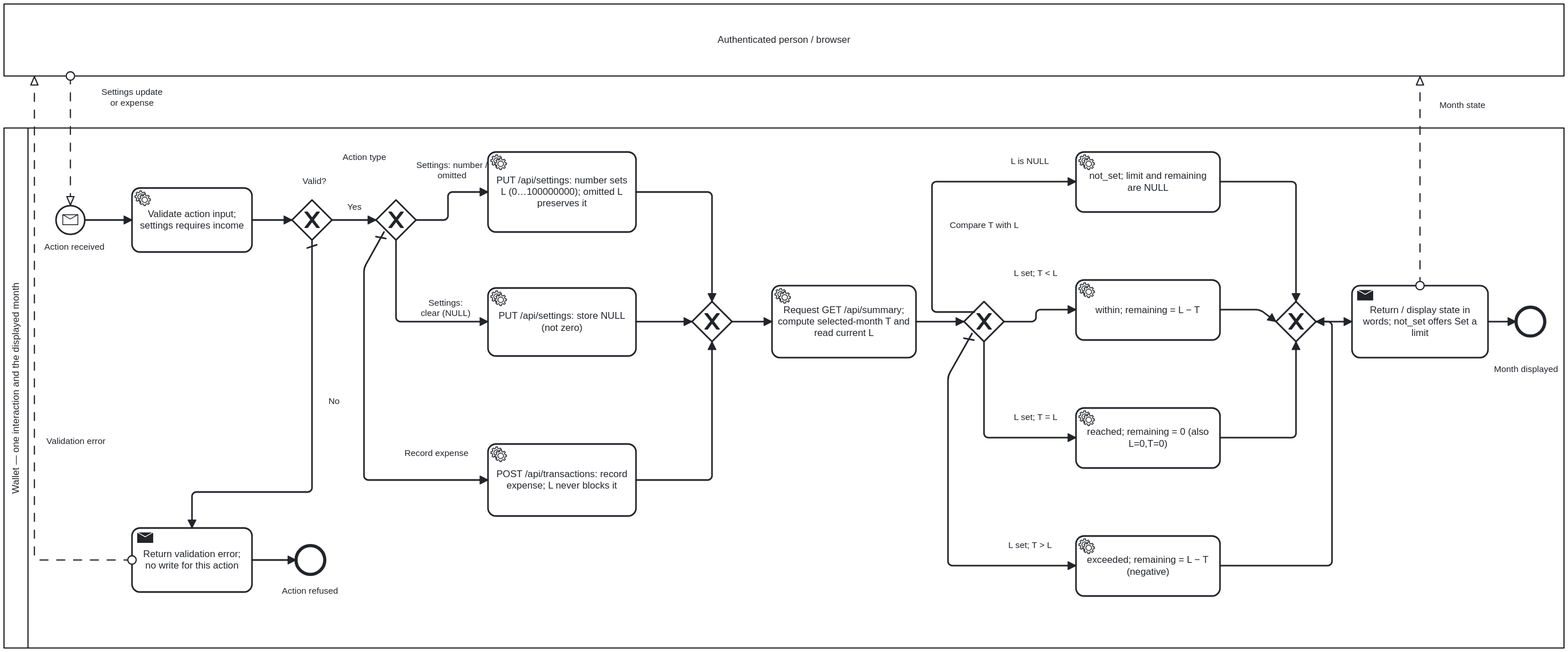
This is docs/analysis/monthly-limit-process.svg from DaniilBehus/wallet-tracker, a BPMN export, as it was before one commit. Its source is kept beside it as docs/analysis/monthly-limit-process.bpmn. Ids are renumbered. Source of this version:
```xml
<bpmn:definitions xmlns:bpmn="http://www.omg.org/spec/BPMN/20100524/MODEL" xmlns:bpmndi="http://www.omg.org/spec/BPMN/20100524/DI" xmlns:dc="http://www.omg.org/spec/DD/20100524/DC" xmlns:di="http://www.omg.org/spec/DD/20100524/DI" xmlns:xsi="http://www.w3.org/2001/XMLSchema-instance" id="Definitions_Limit" targetNamespace="https://github.com/DaniilBehus/wallet-tracker/analysis">
  <bpmn:collaboration id="Collaboration_Limit">
    <bpmn:participant id="Pool_Person" name="Authenticated person / browser"/>
    <bpmn:participant id="Pool_System" name="Wallet — one interaction and the displayed month" processRef="Process_Limit"/>
    <bpmn:messageFlow id="LimitRequest" name="Settings update or expense" sourceRef="Pool_Person" targetRef="LimitStart"/>
    <bpmn:messageFlow id="LimitReply" name="Month state" sourceRef="Display" targetRef="Pool_Person"/>
    <bpmn:messageFlow id="LimitError" name="Validation error" sourceRef="Invalid" targetRef="Pool_Person"/>
  </bpmn:collaboration>
  <bpmn:process id="Process_Limit" isExecutable="false">
    <bpmn:startEvent id="LimitStart" name="Action received"><bpmn:outgoing>Limit01</bpmn:outgoing><bpmn:messageEventDefinition id="StartMessage"/></bpmn:startEvent>
    <bpmn:serviceTask id="Validate" name="Validate action input; settings requires income"><bpmn:incoming>Limit01</bpmn:incoming><bpmn:outgoing>Limit02</bpmn:outgoing></bpmn:serviceTask>
    <bpmn:exclusiveGateway id="Valid" name="Valid?" default="BadInput" gatewayDirection="Diverging"><bpmn:incoming>Limit02</bpmn:incoming><bpmn:outgoing>GoodInput</bpmn:outgoing><bpmn:outgoing>BadInput</bpmn:outgoing></bpmn:exclusiveGateway>
    <bpmn:sendTask id="Invalid" name="Return validation error; no write for this action"><bpmn:incoming>BadInput</bpmn:incoming><bpmn:outgoing>Limit03</bpmn:outgoing></bpmn:sendTask>
    <bpmn:endEvent id="InvalidEnd" name="Action refused"><bpmn:incoming>Limit03</bpmn:incoming></bpmn:endEvent>
    <bpmn:exclusiveGateway id="Operation" name="Action type" default="DoExpense" gatewayDirection="Diverging"><bpmn:incoming>GoodInput</bpmn:incoming><bpmn:outgoing>DoSet</bpmn:outgoing><bpmn:outgoing>DoClear</bpmn:outgoing><bpmn:outgoing>DoExpense</bpmn:outgoing></bpmn:exclusiveGateway>
    <bpmn:serviceTask id="SetLimit" name="PUT /api/settings: number sets L (0…100000000); omitted L preserves it"><bpmn:incoming>DoSet</bpmn:incoming><bpmn:outgoing>Limit04</bpmn:outgoing></bpmn:serviceTask>
    <bpmn:serviceTask id="ClearLimit" name="PUT /api/settings: store NULL (not zero)"><bpmn:incoming>DoClear</bpmn:incoming><bpmn:outgoing>Limit05</bpmn:outgoing></bpmn:serviceTask>
    <bpmn:serviceTask id="Expense" name="POST /api/transactions: record expense; L never blocks it"><bpmn:incoming>DoExpense</bpmn:incoming><bpmn:outgoing>Limit06</bpmn:outgoing></bpmn:serviceTask>
    <bpmn:exclusiveGateway id="JoinWrite" gatewayDirection="Converging"><bpmn:incoming>Limit04</bpmn:incoming><bpmn:incoming>Limit05</bpmn:incoming><bpmn:incoming>Limit06</bpmn:incoming><bpmn:outgoing>Limit07</bpmn:outgoing></bpmn:exclusiveGateway>
    <bpmn:serviceTask id="Summary" name="Request GET /api/summary; compute selected-month T and read current L"><bpmn:incoming>Limit07</bpmn:incoming><bpmn:outgoing>Limit08</bpmn:outgoing></bpmn:serviceTask>
    <bpmn:exclusiveGateway id="State" name="Compare T with L" default="IsExceeded" gatewayDirection="Diverging"><bpmn:incoming>Limit08</bpmn:incoming><bpmn:outgoing>IsNull</bpmn:outgoing><bpmn:outgoing>IsWithin</bpmn:outgoing><bpmn:outgoing>IsReached</bpmn:outgoing><bpmn:outgoing>IsExceeded</bpmn:outgoing></bpmn:exclusiveGateway>
    <bpmn:serviceTask id="NotSet" name="not_set; limit and remaining are NULL"><bpmn:incoming>IsNull</bpmn:incoming><bpmn:outgoing>Limit09</bpmn:outgoing></bpmn:serviceTask>
    <bpmn:serviceTask id="Within" name="within; remaining = L − T"><bpmn:incoming>IsWithin</bpmn:incoming><bpmn:outgoing>Limit10</bpmn:outgoing></bpmn:serviceTask>
    <bpmn:serviceTask id="Reached" name="reached; remaining = 0 (also L=0,T=0)"><bpmn:incoming>IsReached</bpmn:incoming><bpmn:outgoing>Limit11</bpmn:outgoing></bpmn:serviceTask>
    <bpmn:serviceTask id="Exceeded" name="exceeded; remaining = L − T (negative)"><bpmn:incoming>IsExceeded</bpmn:incoming><bpmn:outgoing>Limit12</bpmn:outgoing></bpmn:serviceTask>
    <bpmn:exclusiveGateway id="JoinState" gatewayDirection="Converging"><bpmn:incoming>Limit09</bpmn:incoming><bpmn:incoming>Limit10</bpmn:incoming><bpmn:incoming>Limit11</bpmn:incoming><bpmn:incoming>Limit12</bpmn:incoming><bpmn:outgoing>Limit13</bpmn:outgoing></bpmn:exclusiveGateway>
    <bpmn:sendTask id="Display" name="Return / display state in words; not_set offers Set a limit"><bpmn:incoming>Limit13</bpmn:incoming><bpmn:outgoing>Limit14</bpmn:outgoing></bpmn:sendTask>
    <bpmn:endEvent id="LimitEnd" name="Month displayed"><bpmn:incoming>Limit14</bpmn:incoming></bpmn:endEvent>
    <bpmn:sequenceFlow id="Limit01" sourceRef="LimitStart" targetRef="Validate"></bpmn:sequenceFlow>
    <bpmn:sequenceFlow id="Limit02" sourceRef="Validate" targetRef="Valid"></bpmn:sequenceFlow>
    <bpmn:sequenceFlow id="GoodInput" sourceRef="Valid" targetRef="Operation" name="Yes"><bpmn:conditionExpression xsi:type="bpmn:tFormalExpression">valid</bpmn:conditionExpression></bpmn:sequenceFlow>
    <bpmn:sequenceFlow id="BadInput" sourceRef="Valid" targetRef="Invalid" name="No"></bpmn:sequenceFlow>
    <bpmn:sequenceFlow id="Limit03" sourceRef="Invalid" targetRef="InvalidEnd"></bpmn:sequenceFlow>
    <bpmn:sequenceFlow id="DoSet" sourceRef="Operation" targetRef="SetLimit" name="Settings: number / omitted"><bpmn:conditionExpression xsi:type="bpmn:tFormalExpression">settings_request and (limit_number or limit_omitted)</bpmn:conditionExpression></bpmn:sequenceFlow>
    <bpmn:sequenceFlow id="DoClear" sourceRef="Operation" targetRef="ClearLimit" name="Settings: clear (NULL)"><bpmn:conditionExpression xsi:type="bpmn:tFormalExpression">settings_request and limit_null</bpmn:conditionExpression></bpmn:sequenceFlow>
    <bpmn:sequenceFlow id="DoExpense" sourceRef="Operation" targetRef="Expense" name="Record expense"></bpmn:sequenceFlow>
    <bpmn:sequenceFlow id="Limit04" sourceRef="SetLimit" targetRef="JoinWrite"></bpmn:sequenceFlow>
    <bpmn:sequenceFlow id="Limit05" sourceRef="ClearLimit" targetRef="JoinWrite"></bpmn:sequenceFlow>
    <bpmn:sequenceFlow id="Limit06" sourceRef="Expense" targetRef="JoinWrite"></bpmn:sequenceFlow>
    <bpmn:sequenceFlow id="Limit07" sourceRef="JoinWrite" targetRef="Summary"></bpmn:sequenceFlow>
    <bpmn:sequenceFlow id="Limit08" sourceRef="Summary" targetRef="State"></bpmn:sequenceFlow>
    <bpmn:sequenceFlow id="IsNull" sourceRef="State" targetRef="NotSet" name="L is NULL"><bpmn:conditionExpression xsi:type="bpmn:tFormalExpression">L is NULL</bpmn:conditionExpression></bpmn:sequenceFlow>
    <bpmn:sequenceFlow id="IsWithin" sourceRef="State" targetRef="Within" name="L set; T &lt; L"><bpmn:conditionExpression xsi:type="bpmn:tFormalExpression">L set and T &lt; L</bpmn:conditionExpression></bpmn:sequenceFlow>
    <bpmn:sequenceFlow id="IsReached" sourceRef="State" targetRef="Reached" name="L set; T = L"><bpmn:conditionExpression xsi:type="bpmn:tFormalExpression">L set and T = L</bpmn:conditionExpression></bpmn:sequenceFlow>
    <bpmn:sequenceFlow id="IsExceeded" sourceRef="State" targetRef="Exceeded" name="L set; T &gt; L"></bpmn:sequenceFlow>
    <bpmn:sequenceFlow id="Limit09" sourceRef="NotSet" targetRef="JoinState"></bpmn:sequenceFlow>
    <bpmn:sequenceFlow id="Limit10" sourceRef="Within" targetRef="JoinState"></bpmn:sequenceFlow>
    <bpmn:sequenceFlow id="Limit11" sourceRef="Reached" targetRef="JoinState"></bpmn:sequenceFlow>
    <bpmn:sequenceFlow id="Limit12" sourceRef="Exceeded" targetRef="JoinState"></bpmn:sequenceFlow>
    <bpmn:sequenceFlow id="Limit13" sourceRef="JoinState" targetRef="Display"></bpmn:sequenceFlow>
    <bpmn:sequenceFlow id="Limit14" sourceRef="Display" targetRef="LimitEnd"></bpmn:sequenceFlow>
  </bpmn:process>
  <bpmndi:BPMNDiagram id="Diagram_Limit"><bpmndi:BPMNPlane id="Plane_Limit" bpmnElement="Collaboration_Limit">
    <bpmndi:BPMNShape id="di_Pool_Person" bpmnElement="Pool_Person" isHorizontal="true"><dc:Bounds x="50" y="40" width="1950" height="90"/></bpmndi:BPMNShape>
    <bpmndi:BPMNShape id="di_Pool_System" bpmnElement="Pool_System" isHorizontal="true"><dc:Bounds x="50" y="195" width="1950" height="650"/></bpmndi:BPMNShape>
    <bpmndi:BPMNShape id="di_LimitStart" bpmnElement="LimitStart"><dc:Bounds x="115" y="292" width="36" height="36"/><bpmndi:BPMNLabel><dc:Bounds x="95" y="337" width="85" height="40"/></bpmndi:BPMNLabel></bpmndi:BPMNShape>
    <bpmndi:BPMNShape id="di_Validate" bpmnElement="Validate"><dc:Bounds x="210" y="270" width="150" height="80"/></bpmndi:BPMNShape>
    <bpmndi:BPMNShape id="di_Valid" bpmnElement="Valid" isMarkerVisible="true"><dc:Bounds x="410" y="285" width="50" height="50"/><bpmndi:BPMNLabel><dc:Bounds x="413" y="255" width="50" height="20"/></bpmndi:BPMNLabel></bpmndi:BPMNShape>
    <bpmndi:BPMNShape id="di_Invalid" bpmnElement="Invalid"><dc:Bounds x="210" y="695" width="150" height="80"/></bpmndi:BPMNShape>
    <bpmndi:BPMNShape id="di_InvalidEnd" bpmnElement="InvalidEnd"><dc:Bounds x="415" y="717" width="36" height="36"/><bpmndi:BPMNLabel><dc:Bounds x="390" y="767" width="85" height="36"/></bpmndi:BPMNLabel></bpmndi:BPMNShape>
    <bpmndi:BPMNShape id="di_Operation" bpmnElement="Operation" isMarkerVisible="true"><dc:Bounds x="515" y="285" width="50" height="50"/><bpmndi:BPMNLabel><dc:Bounds x="455" y="225" width="90" height="36"/></bpmndi:BPMNLabel></bpmndi:BPMNShape>
    <bpmndi:BPMNShape id="di_SetLimit" bpmnElement="SetLimit"><dc:Bounds x="655" y="225" width="185" height="100"/></bpmndi:BPMNShape>
    <bpmndi:BPMNShape id="di_ClearLimit" bpmnElement="ClearLimit"><dc:Bounds x="655" y="395" width="185" height="85"/></bpmndi:BPMNShape>
    <bpmndi:BPMNShape id="di_Expense" bpmnElement="Expense"><dc:Bounds x="655" y="590" width="185" height="90"/></bpmndi:BPMNShape>
    <bpmndi:BPMNShape id="di_JoinWrite" bpmnElement="JoinWrite" isMarkerVisible="true"><dc:Bounds x="910" y="412" width="50" height="50"/></bpmndi:BPMNShape>
    <bpmndi:BPMNShape id="di_Summary" bpmnElement="Summary"><dc:Bounds x="1010" y="392" width="180" height="90"/></bpmndi:BPMNShape>
    <bpmndi:BPMNShape id="di_State" bpmnElement="State" isMarkerVisible="true"><dc:Bounds x="1250" y="412" width="50" height="50"/><bpmndi:BPMNLabel><dc:Bounds x="1220" y="310" width="110" height="36"/></bpmndi:BPMNLabel></bpmndi:BPMNShape>
    <bpmndi:BPMNShape id="di_NotSet" bpmnElement="NotSet"><dc:Bounds x="1390" y="225" width="180" height="75"/></bpmndi:BPMNShape>
    <bpmndi:BPMNShape id="di_Within" bpmnElement="Within"><dc:Bounds x="1390" y="385" width="180" height="75"/></bpmndi:BPMNShape>
    <bpmndi:BPMNShape id="di_Reached" bpmnElement="Reached"><dc:Bounds x="1390" y="545" width="180" height="75"/></bpmndi:BPMNShape>
    <bpmndi:BPMNShape id="di_Exceeded" bpmnElement="Exceeded"><dc:Bounds x="1390" y="705" width="180" height="75"/></bpmndi:BPMNShape>
    <bpmndi:BPMNShape id="di_JoinState" bpmnElement="JoinState" isMarkerVisible="true"><dc:Bounds x="1640" y="412" width="50" height="50"/></bpmndi:BPMNShape>
    <bpmndi:BPMNShape id="di_Display" bpmnElement="Display"><dc:Bounds x="1735" y="392" width="170" height="90"/></bpmndi:BPMNShape>
    <bpmndi:BPMNShape id="di_LimitEnd" bpmnElement="LimitEnd"><dc:Bounds x="1940" y="419" width="36" height="36"/><bpmndi:BPMNLabel><dc:Bounds x="1915" y="490" width="75" height="36"/></bpmndi:BPMNLabel></bpmndi:BPMNShape>
    <bpmndi:BPMNEdge id="di_Limit01" bpmnElement="Limit01"><di:waypoint x="151" y="310"/><di:waypoint x="210" y="310"/></bpmndi:BPMNEdge>
    <bpmndi:BPMNEdge id="di_Limit02" bpmnElement="Limit02"><di:waypoint x="360" y="310"/><di:waypoint x="410" y="310"/></bpmndi:BPMNEdge>
    <bpmndi:BPMNEdge id="di_GoodInput" bpmnElement="GoodInput"><di:waypoint x="460" y="310"/><di:waypoint x="515" y="310"/><bpmndi:BPMNLabel><dc:Bounds x="470" y="287" width="35" height="20"/></bpmndi:BPMNLabel></bpmndi:BPMNEdge>
    <bpmndi:BPMNEdge id="di_BadInput" bpmnElement="BadInput"><di:waypoint x="435" y="335"/><di:waypoint x="435" y="650"/><di:waypoint x="285" y="650"/><di:waypoint x="285" y="695"/><bpmndi:BPMNLabel><dc:Bounds x="447" y="530" width="30" height="20"/></bpmndi:BPMNLabel></bpmndi:BPMNEdge>
    <bpmndi:BPMNEdge id="di_Limit03" bpmnElement="Limit03"><di:waypoint x="360" y="735"/><di:waypoint x="415" y="735"/></bpmndi:BPMNEdge>
    <bpmndi:BPMNEdge id="di_DoSet" bpmnElement="DoSet"><di:waypoint x="565" y="310"/><di:waypoint x="605" y="310"/><di:waypoint x="605" y="275"/><di:waypoint x="655" y="275"/><bpmndi:BPMNLabel><dc:Bounds x="570" y="235" width="80" height="36"/></bpmndi:BPMNLabel></bpmndi:BPMNEdge>
    <bpmndi:BPMNEdge id="di_DoClear" bpmnElement="DoClear"><di:waypoint x="540" y="335"/><di:waypoint x="540" y="437"/><di:waypoint x="655" y="437"/><bpmndi:BPMNLabel><dc:Bounds x="562" y="407" width="80" height="35"/></bpmndi:BPMNLabel></bpmndi:BPMNEdge>
    <bpmndi:BPMNEdge id="di_DoExpense" bpmnElement="DoExpense"><di:waypoint x="525" y="325"/><di:waypoint x="500" y="370"/><di:waypoint x="500" y="635"/><di:waypoint x="655" y="635"/><bpmndi:BPMNLabel><dc:Bounds x="540" y="595" width="100" height="36"/></bpmndi:BPMNLabel></bpmndi:BPMNEdge>
    <bpmndi:BPMNEdge id="di_Limit04" bpmnElement="Limit04"><di:waypoint x="840" y="275"/><di:waypoint x="935" y="275"/><di:waypoint x="935" y="412"/></bpmndi:BPMNEdge>
    <bpmndi:BPMNEdge id="di_Limit05" bpmnElement="Limit05"><di:waypoint x="840" y="437"/><di:waypoint x="910" y="437"/></bpmndi:BPMNEdge>
    <bpmndi:BPMNEdge id="di_Limit06" bpmnElement="Limit06"><di:waypoint x="840" y="635"/><di:waypoint x="935" y="635"/><di:waypoint x="935" y="462"/></bpmndi:BPMNEdge>
    <bpmndi:BPMNEdge id="di_Limit07" bpmnElement="Limit07"><di:waypoint x="960" y="437"/><di:waypoint x="1010" y="437"/></bpmndi:BPMNEdge>
    <bpmndi:BPMNEdge id="di_Limit08" bpmnElement="Limit08"><di:waypoint x="1190" y="437"/><di:waypoint x="1250" y="437"/></bpmndi:BPMNEdge>
    <bpmndi:BPMNEdge id="di_IsNull" bpmnElement="IsNull"><di:waypoint x="1263" y="425"/><di:waypoint x="1210" y="425"/><di:waypoint x="1210" y="262"/><di:waypoint x="1390" y="262"/><bpmndi:BPMNLabel><dc:Bounds x="1295" y="230" width="75" height="20"/></bpmndi:BPMNLabel></bpmndi:BPMNEdge>
    <bpmndi:BPMNEdge id="di_IsWithin" bpmnElement="IsWithin"><di:waypoint x="1300" y="437"/><di:waypoint x="1340" y="437"/><di:waypoint x="1340" y="422"/><di:waypoint x="1390" y="422"/><bpmndi:BPMNLabel><dc:Bounds x="1300" y="370" width="80" height="36"/></bpmndi:BPMNLabel></bpmndi:BPMNEdge>
    <bpmndi:BPMNEdge id="di_IsReached" bpmnElement="IsReached"><di:waypoint x="1275" y="462"/><di:waypoint x="1275" y="582"/><di:waypoint x="1390" y="582"/><bpmndi:BPMNLabel><dc:Bounds x="1300" y="550" width="80" height="36"/></bpmndi:BPMNLabel></bpmndi:BPMNEdge>
    <bpmndi:BPMNEdge id="di_IsExceeded" bpmnElement="IsExceeded"><di:waypoint x="1260" y="452"/><di:waypoint x="1230" y="505"/><di:waypoint x="1230" y="742"/><di:waypoint x="1390" y="742"/><bpmndi:BPMNLabel><dc:Bounds x="1290" y="710" width="85" height="36"/></bpmndi:BPMNLabel></bpmndi:BPMNEdge>
    <bpmndi:BPMNEdge id="di_Limit09" bpmnElement="Limit09"><di:waypoint x="1570" y="262"/><di:waypoint x="1665" y="262"/><di:waypoint x="1665" y="412"/></bpmndi:BPMNEdge>
    <bpmndi:BPMNEdge id="di_Limit10" bpmnElement="Limit10"><di:waypoint x="1570" y="422"/><di:waypoint x="1620" y="422"/><di:waypoint x="1640" y="437"/></bpmndi:BPMNEdge>
    <bpmndi:BPMNEdge id="di_Limit11" bpmnElement="Limit11"><di:waypoint x="1570" y="582"/><di:waypoint x="1665" y="582"/><di:waypoint x="1665" y="462"/></bpmndi:BPMNEdge>
    <bpmndi:BPMNEdge id="di_Limit12" bpmnElement="Limit12"><di:waypoint x="1570" y="742"/><di:waypoint x="1710" y="742"/><di:waypoint x="1710" y="437"/><di:waypoint x="1690" y="437"/></bpmndi:BPMNEdge>
    <bpmndi:BPMNEdge id="di_Limit13" bpmnElement="Limit13"><di:waypoint x="1690" y="437"/><di:waypoint x="1735" y="437"/></bpmndi:BPMNEdge>
    <bpmndi:BPMNEdge id="di_Limit14" bpmnElement="Limit14"><di:waypoint x="1905" y="437"/><di:waypoint x="1940" y="437"/></bpmndi:BPMNEdge>
    <bpmndi:BPMNEdge id="di_LimitRequest" bpmnElement="LimitRequest"><di:waypoint x="133" y="130"/><di:waypoint x="133" y="292"/><bpmndi:BPMNLabel><dc:Bounds x="145" y="144" width="130" height="40"/></bpmndi:BPMNLabel></bpmndi:BPMNEdge>
    <bpmndi:BPMNEdge id="di_LimitReply" bpmnElement="LimitReply"><di:waypoint x="1820" y="392"/><di:waypoint x="1820" y="130"/><bpmndi:BPMNLabel><dc:Bounds x="1830" y="160" width="85" height="20"/></bpmndi:BPMNLabel></bpmndi:BPMNEdge>
    <bpmndi:BPMNEdge id="di_LimitError" bpmnElement="LimitError"><di:waypoint x="210" y="735"/><di:waypoint x="88" y="735"/><di:waypoint x="88" y="130"/><bpmndi:BPMNLabel><dc:Bounds x="95" y="580" width="90" height="36"/></bpmndi:BPMNLabel></bpmndi:BPMNEdge>
  </bpmndi:BPMNPlane></bpmndi:BPMNDiagram>
</bpmn:definitions>
```
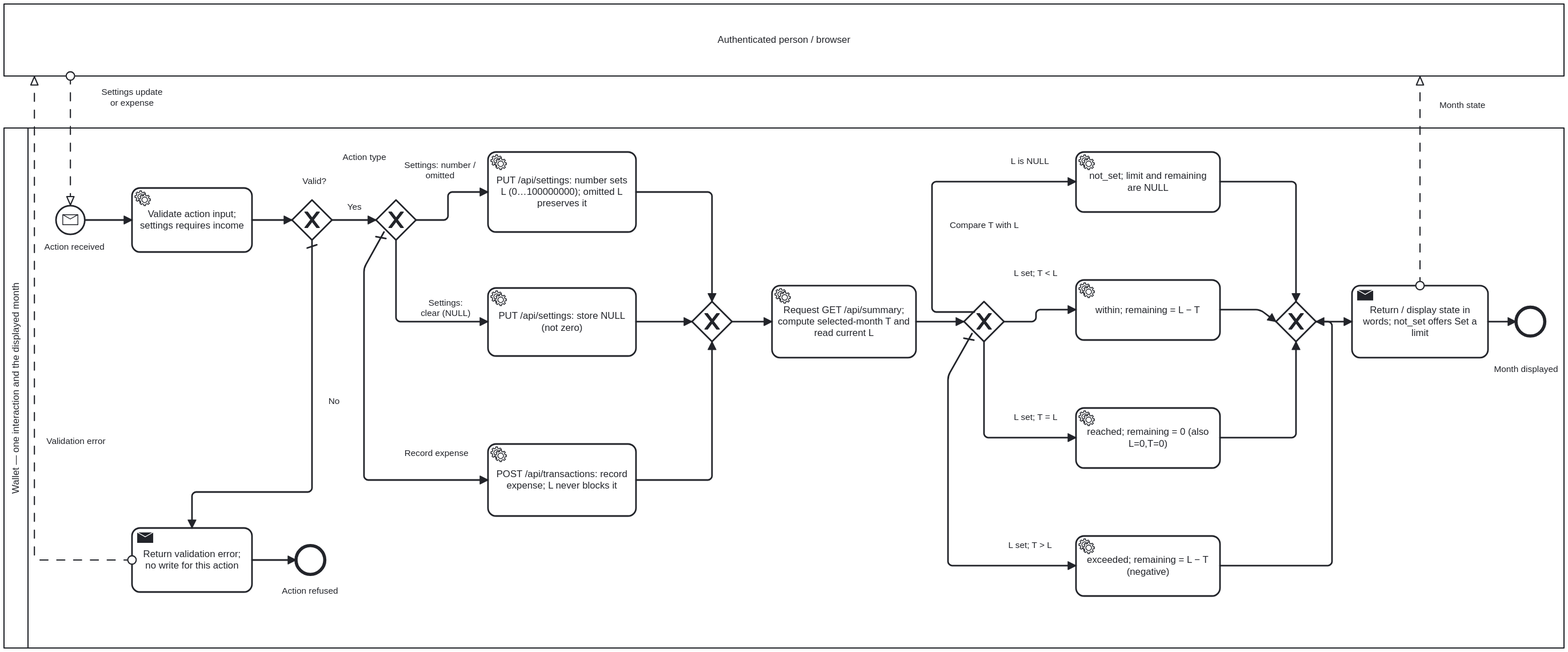
After the commit.

Commit message:
docs(analysis): both BPMN models and the use cases re-verified; previews re-exported

The edit, as a diff of the source:
```diff
@@ -77,7 +77,7 @@
     <bpmndi:BPMNEdge id="di_GoodInput" bpmnElement="GoodInput"><di:waypoint x="460" y="310"/><di:waypoint x="515" y="310"/><bpmndi:BPMNLabel><dc:Bounds x="470" y="287" width="35" height="20"/></bpmndi:BPMNLabel></bpmndi:BPMNEdge>
     <bpmndi:BPMNEdge id="di_BadInput" bpmnElement="BadInput"><di:waypoint x="435" y="335"/><di:waypoint x="435" y="650"/><di:waypoint x="285" y="650"/><di:waypoint x="285" y="695"/><bpmndi:BPMNLabel><dc:Bounds x="447" y="530" width="30" height="20"/></bpmndi:BPMNLabel></bpmndi:BPMNEdge>
     <bpmndi:BPMNEdge id="di_Limit03" bpmnElement="Limit03"><di:waypoint x="360" y="735"/><di:waypoint x="415" y="735"/></bpmndi:BPMNEdge>
-    <bpmndi:BPMNEdge id="di_DoSet" bpmnElement="DoSet"><di:waypoint x="565" y="310"/><di:waypoint x="605" y="310"/><di:waypoint x="605" y="275"/><di:waypoint x="655" y="275"/><bpmndi:BPMNLabel><dc:Bounds x="570" y="235" width="80" height="36"/></bpmndi:BPMNLabel></bpmndi:BPMNEdge>
+    <bpmndi:BPMNEdge id="di_DoSet" bpmnElement="DoSet"><di:waypoint x="565" y="310"/><di:waypoint x="605" y="310"/><di:waypoint x="605" y="275"/><di:waypoint x="655" y="275"/><bpmndi:BPMNLabel><dc:Bounds x="555" y="235" width="80" height="36"/></bpmndi:BPMNLabel></bpmndi:BPMNEdge>
     <bpmndi:BPMNEdge id="di_DoClear" bpmnElement="DoClear"><di:waypoint x="540" y="335"/><di:waypoint x="540" y="437"/><di:waypoint x="655" y="437"/><bpmndi:BPMNLabel><dc:Bounds x="562" y="407" width="80" height="35"/></bpmndi:BPMNLabel></bpmndi:BPMNEdge>
     <bpmndi:BPMNEdge id="di_DoExpense" bpmnElement="DoExpense"><di:waypoint x="525" y="325"/><di:waypoint x="500" y="370"/><di:waypoint x="500" y="635"/><di:waypoint x="655" y="635"/><bpmndi:BPMNLabel><dc:Bounds x="540" y="595" width="100" height="36"/></bpmndi:BPMNLabel></bpmndi:BPMNEdge>
     <bpmndi:BPMNEdge id="di_Limit04" bpmnElement="Limit04"><di:waypoint x="840" y="275"/><di:waypoint x="935" y="275"/><di:waypoint x="935" y="412"/></bpmndi:BPMNEdge>
```
